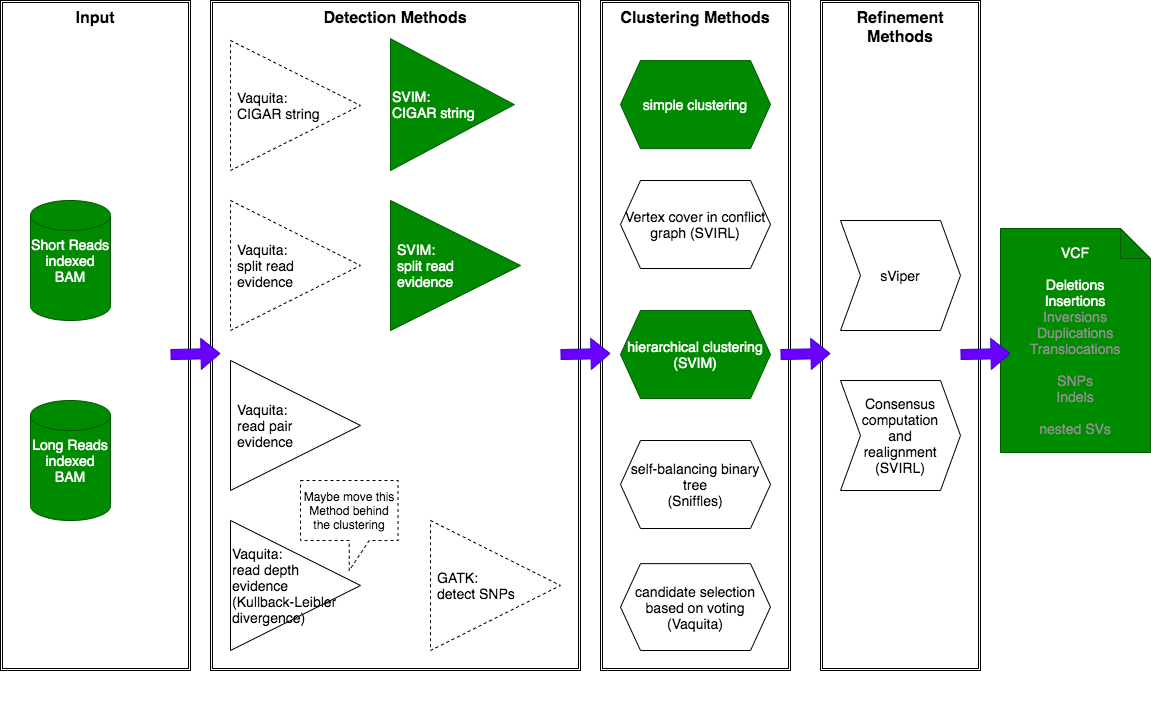
This is doc/iGenVar_Workflow.png from seqan/iGenVar, a draw.io export, as it was before one commit. Source tidied: cells renumbered, new cells last; positions are measured from the earlier drawing's top-left corner, leaving out a move shared by most shapes.
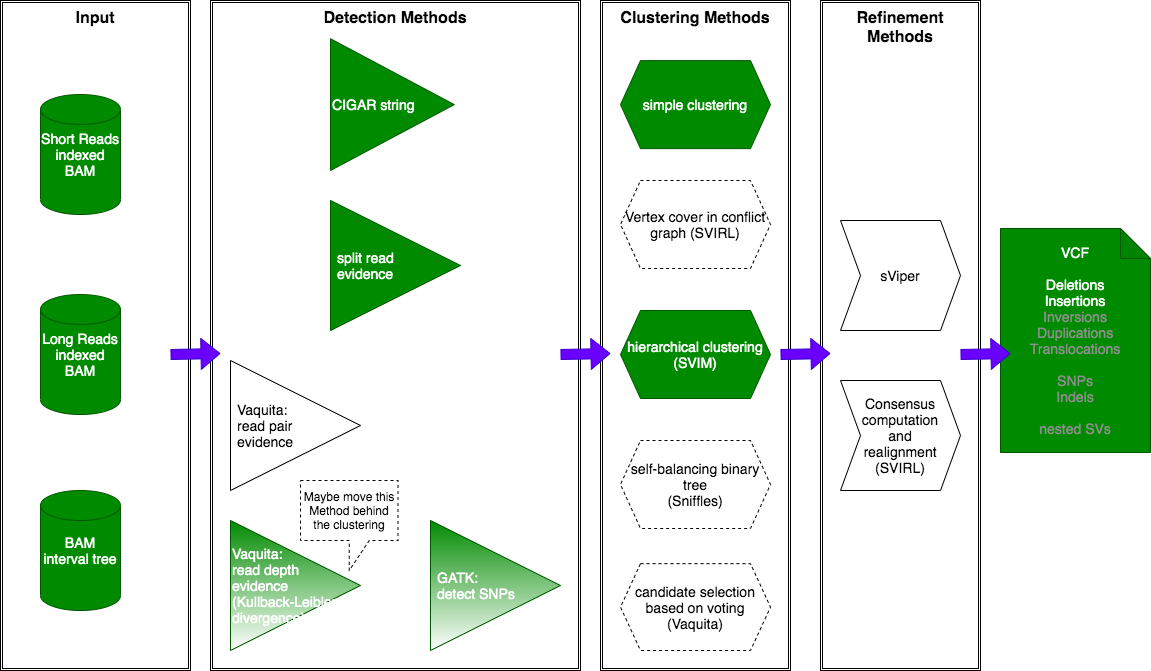
The same diagram one commit later.

The edit, as a diff of the source:
```diff
@@ -26,26 +26,23 @@
     <mxCell id="9" value="Vaquita:&lt;br&gt;read pair&lt;br&gt;evidence" style="triangle;whiteSpace=wrap;html=1;fontSize=14;spacingLeft=5;align=left;" parent="1" vertex="1">
       <mxGeometry x="230" y="360" width="130" height="130" as="geometry" />
     </mxCell>
-    <mxCell id="10" value="Vaquita: &lt;br&gt;split read &lt;br&gt;evidence" style="triangle;whiteSpace=wrap;html=1;fontSize=14;spacingLeft=5;align=left;dashed=1;" parent="1" vertex="1">
-      <mxGeometry x="230" y="200" width="130" height="130" as="geometry" />
-    </mxCell>
-    <mxCell id="11" style="group;" parent="1" vertex="1">
+    <mxCell id="11" style="group;dashed=1;" parent="1" vertex="1">
       <mxGeometry x="620" y="210" width="150" height="440" as="geometry" />
     </mxCell>
     <mxCell id="12" value="hierarchical clustering&lt;br style=&quot;font-size: 14px;&quot;&gt;(SVIM)" style="shape=hexagon;perimeter=hexagonPerimeter2;whiteSpace=wrap;html=1;fixedSize=1;labelBackgroundColor=none;fontSize=14;fillColor=#008a00;strokeColor=#005700;fontColor=#ffffff;" parent="11" vertex="1">
       <mxGeometry y="100" width="150" height="88" as="geometry" />
     </mxCell>
-    <mxCell id="13" value="self-balancing binary tree&lt;br style=&quot;font-size: 14px;&quot;&gt;(Sniffles)" style="shape=hexagon;perimeter=hexagonPerimeter2;whiteSpace=wrap;html=1;fixedSize=1;labelBackgroundColor=none;fontSize=14;" parent="11" vertex="1">
+    <mxCell id="13" value="self-balancing binary tree&lt;br style=&quot;font-size: 14px;&quot;&gt;(Sniffles)" style="shape=hexagon;perimeter=hexagonPerimeter2;whiteSpace=wrap;html=1;fixedSize=1;labelBackgroundColor=none;fontSize=14;dashed=1;" parent="11" vertex="1">
       <mxGeometry y="230" width="150" height="88" as="geometry" />
     </mxCell>
-    <mxCell id="14" value="candidate selection based on voting&lt;br&gt;(Vaquita)" style="shape=hexagon;perimeter=hexagonPerimeter2;whiteSpace=wrap;html=1;fixedSize=1;labelBackgroundColor=none;fontSize=14;" parent="11" vertex="1">
+    <mxCell id="14" value="candidate selection based on voting&lt;br&gt;(Vaquita)" style="shape=hexagon;perimeter=hexagonPerimeter2;whiteSpace=wrap;html=1;fixedSize=1;labelBackgroundColor=none;fontSize=14;dashed=1;" parent="11" vertex="1">
       <mxGeometry y="353.2" width="150" height="86.8" as="geometry" />
     </mxCell>
-    <mxCell id="15" value="Vaquita:&lt;br&gt;read depth&lt;br style=&quot;font-size: 14px&quot;&gt;evidence&lt;br&gt;(Kullback-Leibler divergence)" style="triangle;whiteSpace=wrap;html=1;fontSize=14;labelPosition=center;verticalLabelPosition=middle;align=left;verticalAlign=middle;spacing=2;spacingLeft=0;" parent="1" vertex="1">
+    <mxCell id="15" value="Vaquita:&lt;br&gt;read depth&lt;br style=&quot;font-size: 14px&quot;&gt;evidence&lt;br&gt;(Kullback-Leibler divergence)" style="triangle;whiteSpace=wrap;html=1;fontSize=14;labelPosition=center;verticalLabelPosition=middle;align=left;verticalAlign=middle;spacing=2;spacingLeft=0;fillColor=#008a00;strokeColor=#005700;fontColor=#ffffff;gradientColor=#ffffff;" parent="1" vertex="1">
       <mxGeometry x="230" y="520" width="130" height="130" as="geometry" />
     </mxCell>
     <mxCell id="16" style="group;" parent="1" vertex="1">
-      <mxGeometry x="30" y="200" width="80" height="520" as="geometry" />
+      <mxGeometry x="40" y="94" width="80" height="520" as="geometry" />
     </mxCell>
     <mxCell id="17" value="Short Reads indexed BAM" style="shape=cylinder2;whiteSpace=wrap;html=1;boundedLbl=1;backgroundOutline=1;size=15;labelBackgroundColor=none;fontSize=14;fillColor=#008a00;strokeColor=#005700;fontColor=#ffffff;" parent="16" vertex="1">
       <mxGeometry width="80" height="120" as="geometry" />
@@ -53,17 +50,14 @@
     <mxCell id="18" value="Long Reads indexed BAM" style="shape=cylinder2;whiteSpace=wrap;html=1;boundedLbl=1;backgroundOutline=1;size=15;labelBackgroundColor=none;fontSize=14;fillColor=#008a00;strokeColor=#005700;fontColor=#ffffff;" parent="16" vertex="1">
       <mxGeometry y="200" width="80" height="120" as="geometry" />
     </mxCell>
-    <mxCell id="19" style="group;whiteSpace=wrap;html=1;" parent="1" vertex="1">
-      <mxGeometry x="200" y="8.2" width="260" height="191.8" as="geometry" />
-    </mxCell>
-    <mxCell id="20" value="Vaquita:&amp;nbsp;&lt;br&gt;CIGAR string" style="triangle;whiteSpace=wrap;html=1;fontSize=14;spacingLeft=5;align=left;dashed=1;" parent="19" vertex="1">
-      <mxGeometry x="30" y="31.8" width="130" height="130" as="geometry" />
-    </mxCell>
+    <mxCell id="31" value="BAM interval tree" style="shape=cylinder2;whiteSpace=wrap;html=1;boundedLbl=1;backgroundOutline=1;size=15;labelBackgroundColor=none;fontSize=14;fillColor=#008a00;strokeColor=#005700;fontColor=#ffffff;" parent="16" vertex="1">
+      <mxGeometry y="396" width="80" height="120" as="geometry" />
+    </mxCell>
-    <mxCell id="21" value="SVIM: &lt;br&gt;split read &lt;br&gt;evidence" style="triangle;whiteSpace=wrap;html=1;fontSize=14;spacingLeft=5;align=left;fillColor=#008a00;strokeColor=#005700;fontColor=#ffffff;" parent="1" vertex="1">
-      <mxGeometry x="390" y="200" width="130" height="130" as="geometry" />
+    <mxCell id="21" value="split read &lt;br&gt;evidence" style="triangle;whiteSpace=wrap;html=1;fontSize=14;spacingLeft=5;align=left;fillColor=#008a00;strokeColor=#005700;fontColor=#ffffff;" parent="1" vertex="1">
+      <mxGeometry x="330" y="200" width="130" height="130" as="geometry" />
     </mxCell>
-    <mxCell id="22" value="&lt;font style=&quot;font-size: 14px&quot;&gt;SVIM:&lt;br&gt;CIGAR string&lt;/font&gt;" style="triangle;whiteSpace=wrap;html=1;fontSize=14;spacingLeft=0;align=left;fillColor=#008a00;strokeColor=#005700;fontColor=#ffffff;" parent="1" vertex="1">
-      <mxGeometry x="390" y="38.2" width="123.8" height="131.8" as="geometry" />
+    <mxCell id="22" value="&lt;font style=&quot;font-size: 14px&quot;&gt;CIGAR string&lt;/font&gt;" style="triangle;whiteSpace=wrap;html=1;fontSize=14;spacingLeft=0;align=left;fillColor=#008a00;strokeColor=#005700;fontColor=#ffffff;" parent="1" vertex="1">
+      <mxGeometry x="330" y="38.2" width="123.8" height="131.8" as="geometry" />
     </mxCell>
     <mxCell id="23" value="Maybe move this Method behind the clustering" style="shape=callout;whiteSpace=wrap;html=1;perimeter=calloutPerimeter;dashed=1;" parent="1" vertex="1">
       <mxGeometry x="300" y="480" width="97.5" height="90" as="geometry" />
@@ -71,7 +65,7 @@
     <mxCell id="24" value="simple clustering" style="shape=hexagon;perimeter=hexagonPerimeter2;whiteSpace=wrap;html=1;fixedSize=1;labelBackgroundColor=none;fontSize=14;fillColor=#008a00;strokeColor=#005700;fontColor=#ffffff;" parent="1" vertex="1">
       <mxGeometry x="620" y="60.1" width="150" height="88" as="geometry" />
     </mxCell>
-    <mxCell id="25" value="GATK:&lt;br&gt;detect SNPs" style="triangle;whiteSpace=wrap;html=1;fontSize=14;spacingLeft=5;align=left;dashed=1;" parent="1" vertex="1">
+    <mxCell id="25" value="GATK:&lt;br&gt;detect SNPs" style="triangle;whiteSpace=wrap;html=1;fontSize=14;spacingLeft=5;align=left;fillColor=#008a00;strokeColor=#005700;fontColor=#ffffff;gradientColor=#ffffff;" parent="1" vertex="1">
       <mxGeometry x="430" y="520" width="130" height="130" as="geometry" />
     </mxCell>
     <mxCell id="26" style="shape=flexArrow;endArrow=classic;html=1;fillColor=#6a00ff;strokeColor=#3700CC;" parent="1" edge="1">
@@ -98,7 +92,7 @@
         <mxPoint x="1010" y="353" as="targetPoint" />
       </mxGeometry>
     </mxCell>
-    <mxCell id="30" value="Vertex cover in conflict graph (SVIRL)" style="shape=hexagon;perimeter=hexagonPerimeter2;whiteSpace=wrap;html=1;fixedSize=1;labelBackgroundColor=none;fontSize=14;" parent="1" vertex="1">
+    <mxCell id="30" value="Vertex cover in conflict graph (SVIRL)" style="shape=hexagon;perimeter=hexagonPerimeter2;whiteSpace=wrap;html=1;fixedSize=1;labelBackgroundColor=none;fontSize=14;dashed=1;" parent="1" vertex="1">
       <mxGeometry x="620" y="180" width="150" height="88" as="geometry" />
     </mxCell>
   </root>
```
